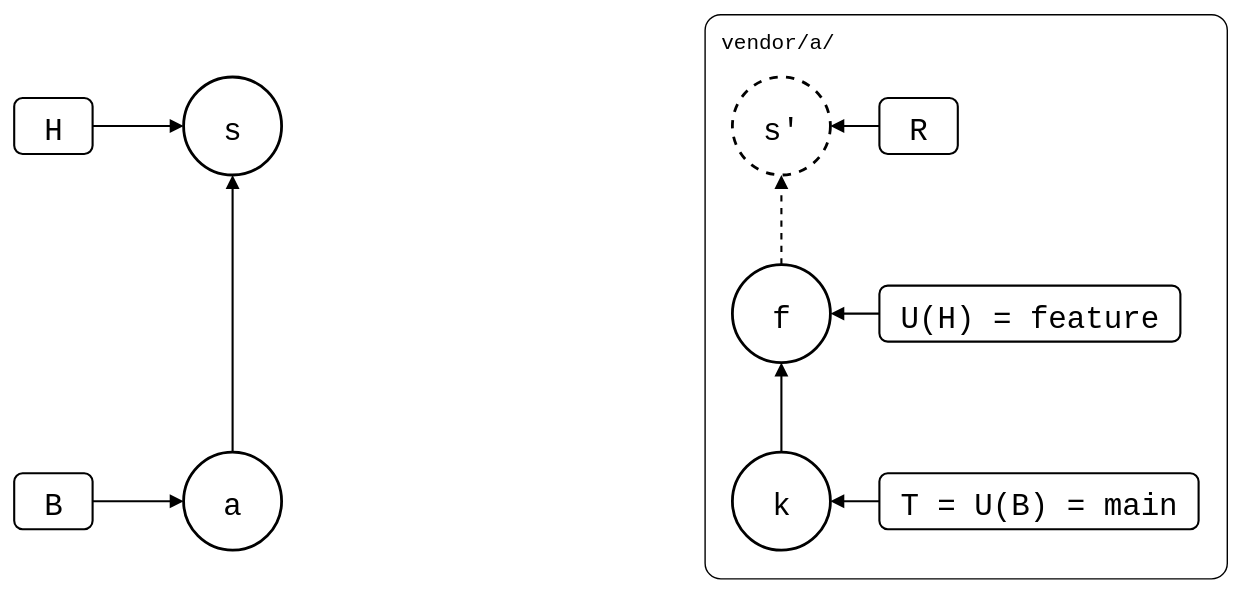
The draw.io diagram test/scenarios/03-branches-and-teamwork/03-squash-merged-pull/01-local-edit-in-the-squash/local-edit-in-the-squash.drawio.svg in roschaefer/git-splice, before a commit. Source tidied: cells renumbered, new cells last; positions are measured from the earlier drawing's top-left corner, leaving out a move shared by most shapes.
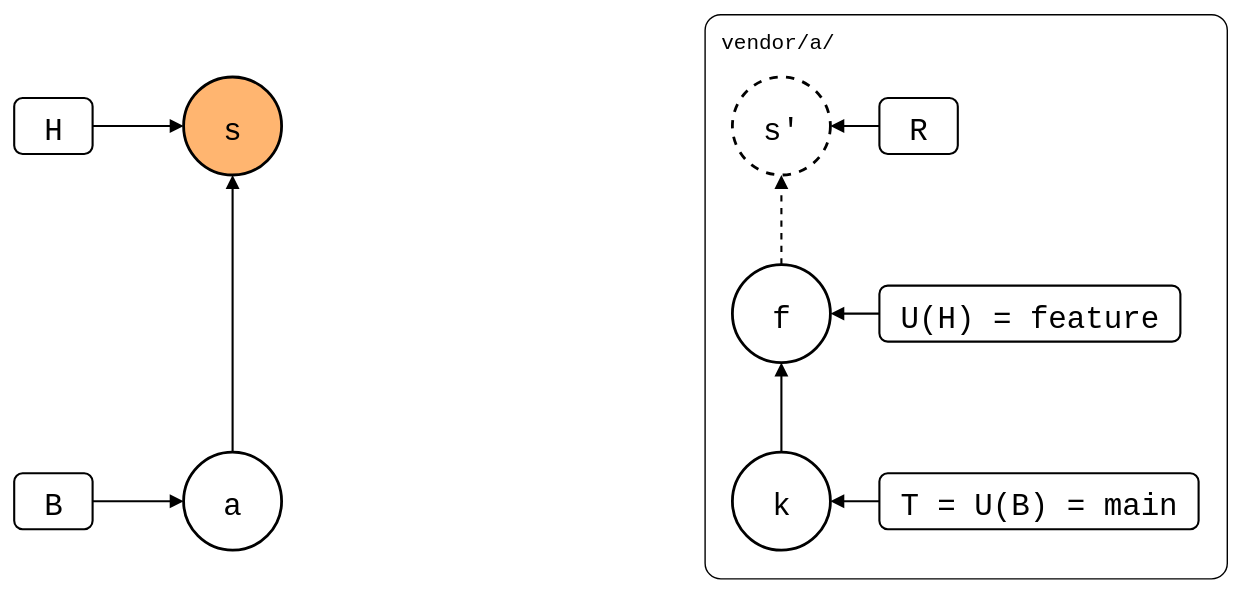
The same file after the commit.

The edit, as a diff of the source:
```diff
@@ -8,7 +8,7 @@
     <mxCell id="3" value="a" style="ellipse;strokeWidth=2;fontSize=22;fontFamily=Roboto Mono,monospace;" parent="1" vertex="1">
       <mxGeometry x="121" y="313" width="70" height="70" as="geometry" />
     </mxCell>
-    <mxCell id="4" value="s" style="ellipse;strokeWidth=2;fontSize=22;fontFamily=Roboto Mono,monospace;" parent="1" vertex="1">
+    <mxCell id="4" value="s" style="ellipse;strokeWidth=2;fontSize=22;fontFamily=Roboto Mono,monospace;fillColor=#FFB570;" parent="1" vertex="1">
       <mxGeometry x="121" y="45" width="70" height="70" as="geometry" />
     </mxCell>
     <mxCell id="5" value="k" style="ellipse;strokeWidth=2;fontSize=22;fontFamily=Roboto Mono,monospace;" parent="1" vertex="1">
```
